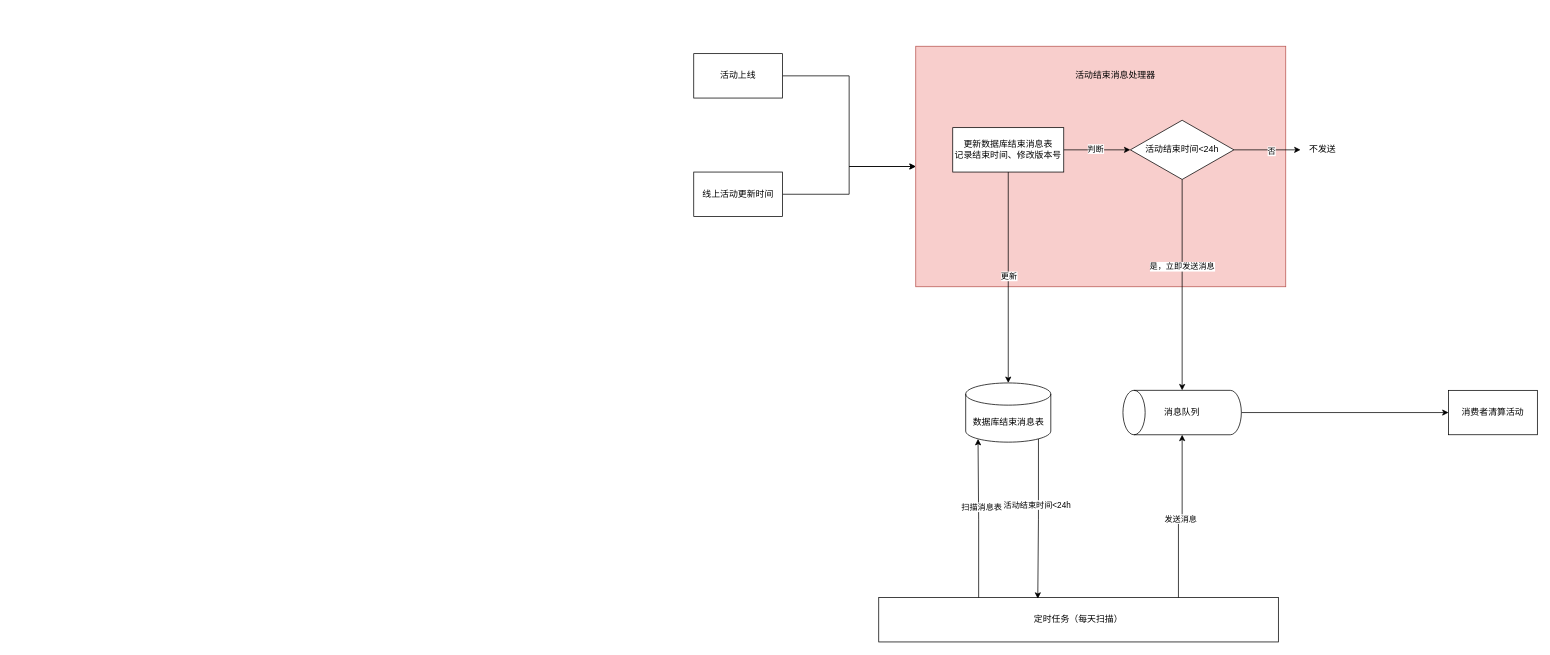
onlyactwo/DrawIO keeps this draw.io diagram as page "活动结束消息与接收" (12 of 13) of Lottery.drawio. Above is the earlier version. Source tidied: cells renumbered, new cells numbered last; positions are measured from the earlier drawing's top-left corner, leaving out a move shared by most shapes. Both pictures are drawn from the tidied source at 74%, with x=0, y=0 at pixel (693, 46).
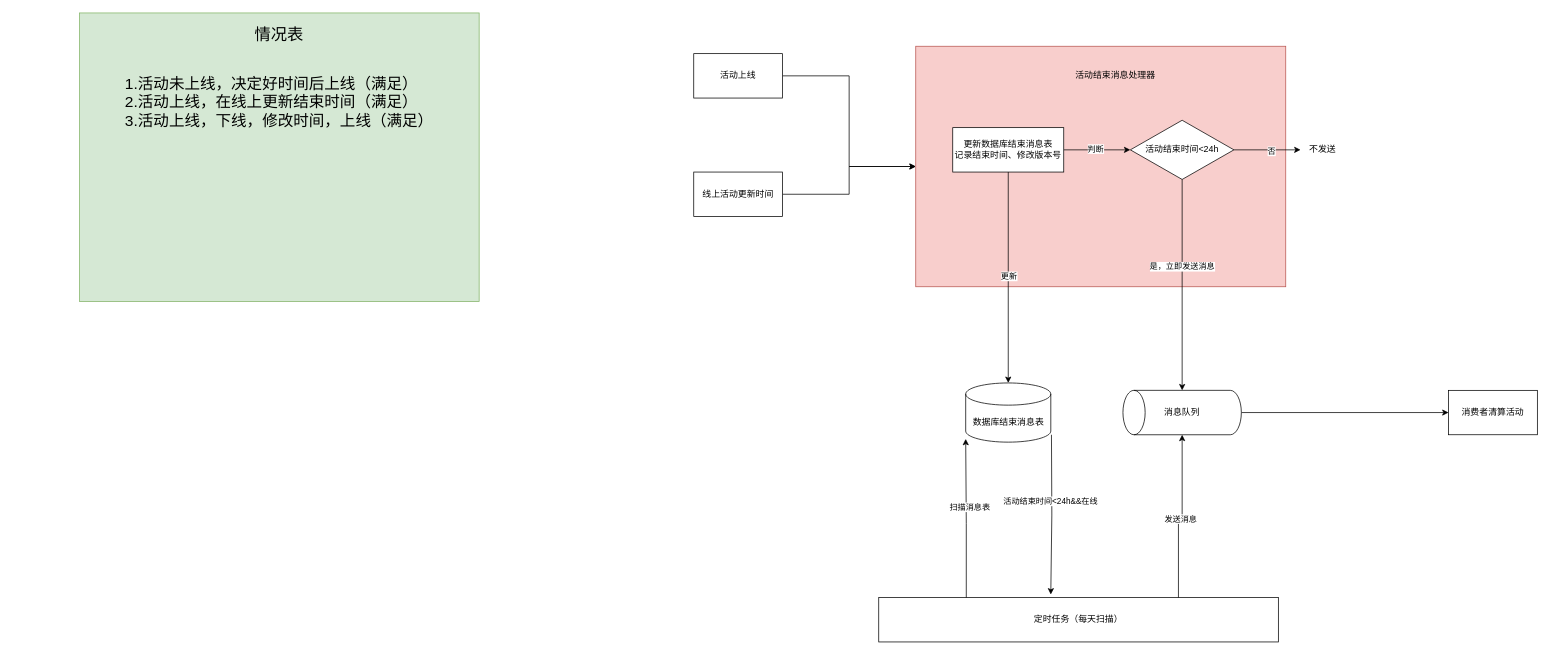
The same page after the edit.

Unchanged cells that the change refers to:
```xml
<mxCell id="16" value="数据库结束消息表" style="shape=cylinder3;whiteSpace=wrap;html=1;boundedLbl=1;backgroundOutline=1;size=15;" parent="1" vertex="1">
  <mxGeometry x="367.5" y="455" width="115" height="80" as="geometry" />
</mxCell>
<mxCell id="25" value="定时任务（每天扫描）" style="rounded=0;whiteSpace=wrap;html=1;" parent="1" vertex="1">
  <mxGeometry x="250" y="745" width="540" height="60" as="geometry" />
</mxCell>
```

Diff of the diagram source:
```diff
@@
-    <mxCell id="26" style="edgeStyle=orthogonalEdgeStyle;rounded=0;jettySize=auto;html=1;exitX=0.855;exitY=1;exitDx=0;exitDy=-4.35;exitPerimeter=0;entryX=0.398;entryY=0.026;entryDx=0;entryDy=0;entryPerimeter=0;" parent="1" edge="1" source="16" target="25">
-      <mxGeometry relative="1" as="geometry" />
+    <mxCell id="26" style="edgeStyle=orthogonalEdgeStyle;rounded=0;orthogonalLoop=1;jettySize=auto;html=1;exitX=0.855;exitY=1;exitDx=0;exitDy=-4.35;exitPerimeter=0;entryX=0.398;entryY=0.026;entryDx=0;entryDy=0;entryPerimeter=0;" parent="1" edge="1">
+      <mxGeometry relative="1" as="geometry">
+        <mxPoint x="483.4" y="525" as="sourcePoint" />
+        <mxPoint x="482.5" y="740.9" as="targetPoint" />
+      </mxGeometry>
     </mxCell>
-    <mxCell id="27" value="活动结束时间&amp;lt;24h" style="edgeLabel;html=1;align=center;verticalAlign=middle;" parent="26" vertex="1">
+    <mxCell id="27" value="活动结束时间&amp;lt;24h&amp;amp;&amp;amp;在线" style="edgeLabel;html=1;align=center;verticalAlign=middle;" parent="26" vertex="1">
       <mxGeometry x="-0.18" y="-2" relative="1" as="geometry" />
     </mxCell>
-    <mxCell id="28" style="edgeStyle=orthogonalEdgeStyle;rounded=0;jettySize=auto;html=1;exitX=0.25;exitY=0;exitDx=0;exitDy=0;entryX=0.145;entryY=1;entryDx=0;entryDy=-4.35;entryPerimeter=0;" parent="1" edge="1" source="25" target="16">
-      <mxGeometry relative="1" as="geometry" />
+    <mxCell id="28" style="edgeStyle=orthogonalEdgeStyle;rounded=0;orthogonalLoop=1;jettySize=auto;html=1;exitX=0.25;exitY=0;exitDx=0;exitDy=0;entryX=0.145;entryY=1;entryDx=0;entryDy=-4.35;entryPerimeter=0;" parent="1" edge="1">
+      <mxGeometry relative="1" as="geometry">
+        <mxPoint x="368.3" y="745" as="sourcePoint" />
+        <mxPoint x="367.5" y="530.6" as="targetPoint" />
+        <Array as="points">
+          <mxPoint x="368.3" y="645" />
+          <mxPoint x="367.3" y="645" />
+        </Array>
+      </mxGeometry>
     </mxCell>
@@
+    <mxCell id="32" style="rounded=0;whiteSpace=wrap;html=1;fillColor=#d5e8d4;strokeColor=#82b366;" parent="1" vertex="1">
+      <mxGeometry x="-830" y="-45" width="540" height="390" as="geometry" />
+    </mxCell>
+    <mxCell id="33" value="&lt;div style=&quot;text-align: justify;&quot;&gt;&lt;span style=&quot;background-color: transparent; color: light-dark(rgb(0, 0, 0), rgb(255, 255, 255));&quot;&gt;1.活动未上线，决定好时间后上线（满足）&lt;/span&gt;&lt;/div&gt;&lt;div style=&quot;text-align: justify;&quot;&gt;&lt;span style=&quot;background-color: transparent; color: light-dark(rgb(0, 0, 0), rgb(255, 255, 255));&quot;&gt;2.活动上线，在线上更新结束时间（满足）&lt;br&gt;3.活动上线，下线，修改时间，上线（满足）&lt;/span&gt;&lt;/div&gt;" style="text;html=1;align=center;verticalAlign=middle;whiteSpace=wrap;rounded=0;fontSize=21;" parent="1" vertex="1">
+      <mxGeometry x="-920" y="50" width="720" height="50" as="geometry" />
+    </mxCell>
+    <mxCell id="34" value="情况表" style="text;html=1;align=center;verticalAlign=middle;whiteSpace=wrap;rounded=0;fontSize=22;" parent="1" vertex="1">
+      <mxGeometry x="-610" y="-30" width="100" height="30" as="geometry" />
+    </mxCell>
```
